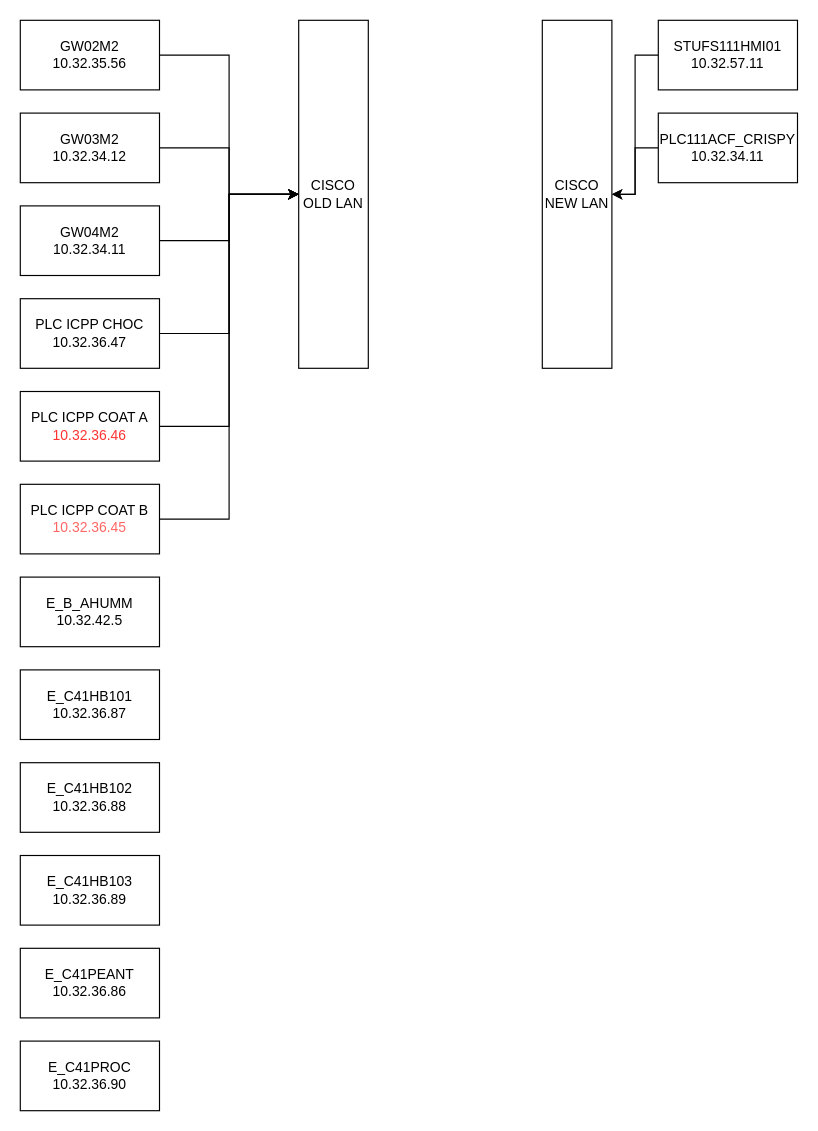
Johnystu/draw_io keeps this draw.io diagram as Перенос_Crispy.drawio. Above is the earlier version. Source tidied: cells renumbered, new cells numbered last; positions are measured from the earlier drawing's top-left corner, leaving out a move shared by most shapes. Both pictures are drawn from the tidied source at 116%, with x=0, y=0 at pixel (20, 20).
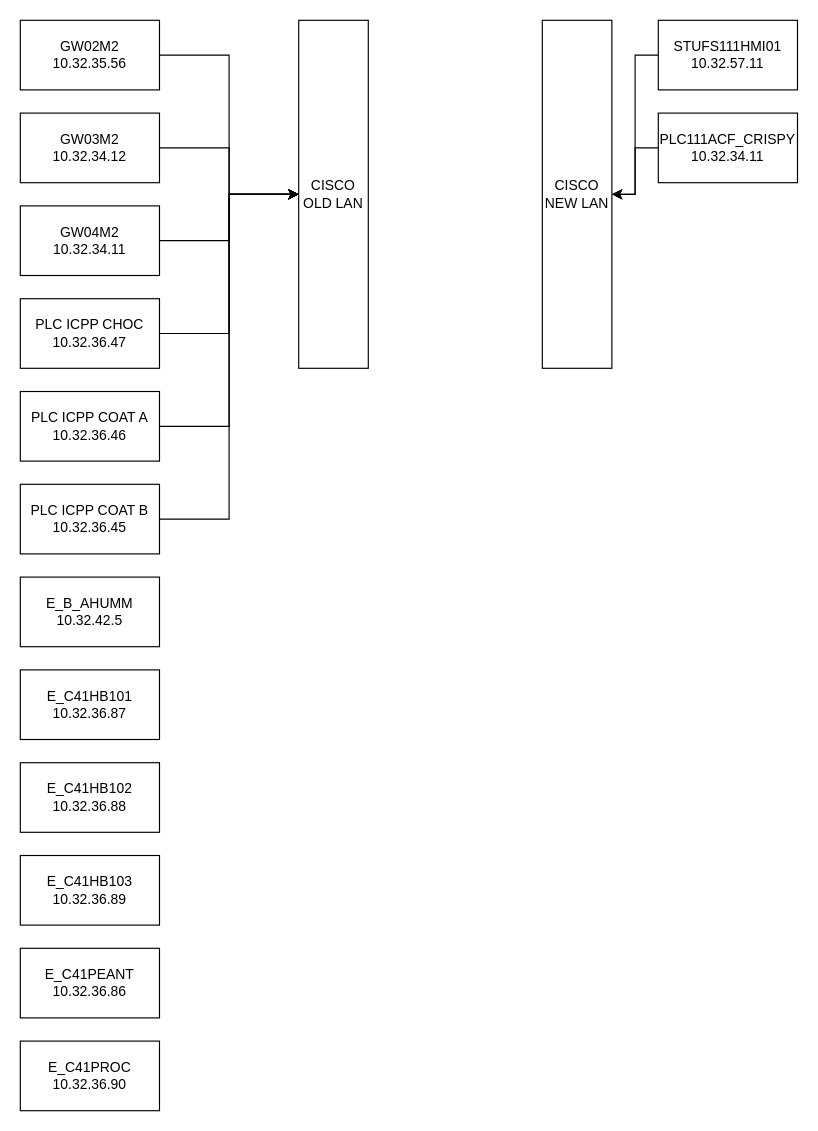
The same page after the edit.

What changed in the source:
```diff
@@
-    <mxCell id="12" value="&lt;div&gt;PLC ICPP COAT A&lt;br&gt;&lt;/div&gt;&lt;div&gt;&lt;font color=&quot;#FF3333&quot;&gt;10.32.36.46&lt;/font&gt;&lt;br&gt;&lt;/div&gt;" style="rounded=0;whiteSpace=wrap;html=1;" parent="1" vertex="1">
+    <mxCell id="12" value="&lt;div&gt;PLC ICPP COAT A&lt;br&gt;&lt;/div&gt;&lt;div&gt;10.32.36.46&lt;br&gt;&lt;/div&gt;" style="rounded=0;whiteSpace=wrap;html=1;" parent="1" vertex="1">
       <mxGeometry y="320" width="120" height="60" as="geometry" />
     </mxCell>
@@
-    <mxCell id="14" value="&lt;div&gt;PLC ICPP COAT B&lt;br&gt;&lt;/div&gt;&lt;div&gt;&lt;font color=&quot;#FF6666&quot;&gt;10.32.36.45&lt;/font&gt;&lt;br&gt;&lt;/div&gt;" style="rounded=0;whiteSpace=wrap;html=1;" parent="1" vertex="1">
+    <mxCell id="14" value="&lt;div&gt;PLC ICPP COAT B&lt;br&gt;&lt;/div&gt;&lt;div&gt;10.32.36.45&lt;br&gt;&lt;/div&gt;" style="rounded=0;whiteSpace=wrap;html=1;" parent="1" vertex="1">
       <mxGeometry y="400" width="120" height="60" as="geometry" />
     </mxCell>
```
